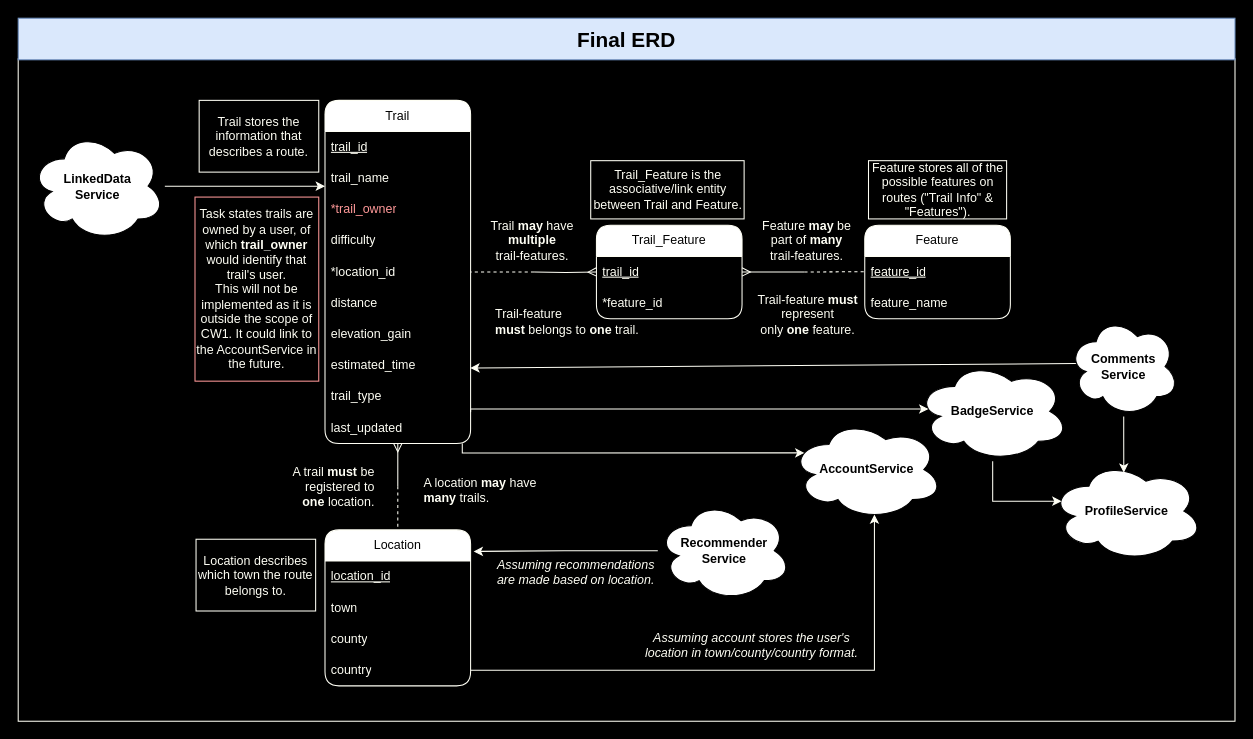
jensenhill/CW1-COMP2001-JensenHill keeps this draw.io diagram as Planning/Final ERD.drawio. Above is the earlier version. Source tidied: cells renumbered, new cells numbered last; positions are measured from the earlier drawing's top-left corner, leaving out a move shared by most shapes. Both pictures are drawn from the tidied source at 104%, with x=0, y=0 at pixel (18, 18).
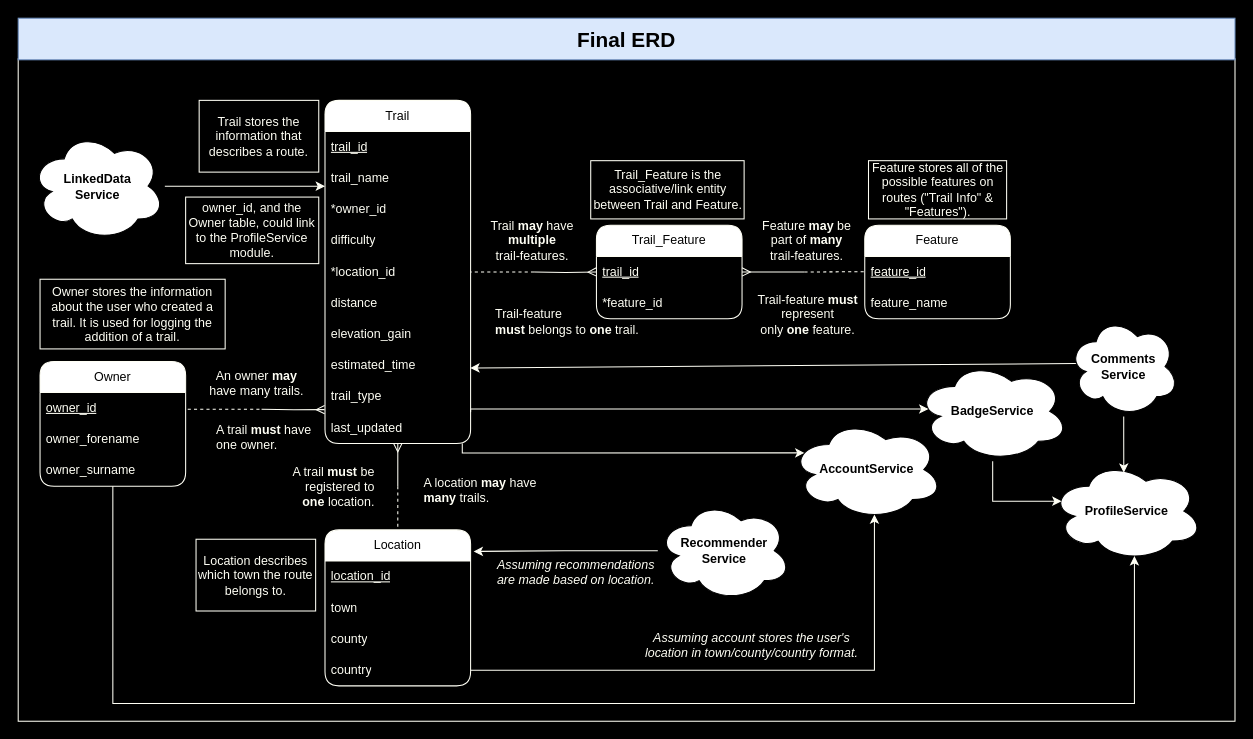
The same page after the edit.

Unchanged cells that the change refers to:
```xml
<mxCell id="4" value="&lt;div&gt;Trail&lt;/div&gt;" style="swimlane;fontStyle=0;horizontal=1;startSize=30;whiteSpace=wrap;html=1;strokeColor=#FFFFF5;rounded=1;" parent="1" vertex="1">
  <mxGeometry x="295" y="79" width="140" height="330" as="geometry" />
</mxCell>
<mxCell id="13" value="trail_type" style="text;strokeColor=none;fillColor=none;align=left;verticalAlign=middle;spacingLeft=4;spacingRight=4;overflow=hidden;points=[[0,0.5],[1,0.5]];portConstraint=eastwest;whiteSpace=wrap;html=1;fontColor=#FFFFF5;" parent="4" vertex="1">
  <mxGeometry y="270" width="140" height="30" as="geometry" />
</mxCell>
<mxCell id="37" value="&lt;b&gt;ProfileService&lt;br&gt;&lt;/b&gt;" style="ellipse;shape=cloud;whiteSpace=wrap;html=1;" parent="1" vertex="1">
  <mxGeometry x="993" y="426" width="146" height="96" as="geometry" />
</mxCell>
<mxCell id="40" value="&lt;b&gt;LinkedData&lt;br&gt;Service&lt;/b&gt;" style="ellipse;shape=cloud;whiteSpace=wrap;html=1;" parent="1" vertex="1">
  <mxGeometry x="12" y="109" width="129" height="105" as="geometry" />
</mxCell>
```

What changed in the source:
```diff
@@
-    <mxCell id="7" value="&lt;font color=&quot;#ff9999&quot;&gt;*trail_owner&lt;/font&gt;" style="text;strokeColor=none;fillColor=none;align=left;verticalAlign=middle;spacingLeft=4;spacingRight=4;overflow=hidden;whiteSpace=wrap;html=1;fontColor=#FFFFF5;" parent="4" vertex="1">
+    <mxCell id="7" value="*owner_id" style="text;strokeColor=none;fillColor=none;align=left;verticalAlign=middle;spacingLeft=4;spacingRight=4;overflow=hidden;whiteSpace=wrap;html=1;fontColor=#FFFFF5;" parent="4" vertex="1">
       <mxGeometry y="90" width="140" height="30" as="geometry" />
     </mxCell>
@@
-    <mxCell id="26" value="Task states trails are owned by a user, of which &lt;b&gt;trail_owner&lt;/b&gt; would identify that trail's user.&lt;br&gt;This will not be implemented as it is outside the scope of CW1. It could link to the AccountService in the future." style="rounded=0;whiteSpace=wrap;html=1;fillColor=#000000;strokeColor=#FF9999;labelBackgroundColor=none;fontColor=#FFFFF5;" parent="1" vertex="1">
-      <mxGeometry x="170" y="172" width="119" height="177" as="geometry" />
+    <mxCell id="26" value="owner_id, and the Owner table, could link to the ProfileService module." style="rounded=0;whiteSpace=wrap;html=1;fillColor=#000000;strokeColor=#FFFFF5;labelBackgroundColor=none;fontColor=#FFFFF5;" parent="1" vertex="1">
+      <mxGeometry x="161" y="172" width="128" height="64" as="geometry" />
     </mxCell>
@@
+    <mxCell id="59" style="edgeStyle=orthogonalEdgeStyle;rounded=0;jettySize=auto;html=1;" parent="1" edge="1" source="60" target="40">
+      <mxGeometry relative="1" as="geometry" />
+    </mxCell>
+    <mxCell id="60" value="Owner" style="swimlane;fontStyle=0;horizontal=1;startSize=30;whiteSpace=wrap;html=1;strokeColor=#FFFFF5;rounded=1;" parent="1" vertex="1">
+      <mxGeometry x="21" y="330" width="140" height="120" as="geometry" />
+    </mxCell>
+    <mxCell id="61" value="&lt;font color=&quot;#fffff5&quot;&gt;&lt;u&gt;owner_id&lt;/u&gt;&lt;/font&gt;" style="text;strokeColor=none;fillColor=none;align=left;verticalAlign=middle;spacingLeft=4;spacingRight=4;overflow=hidden;whiteSpace=wrap;html=1;" parent="60" vertex="1">
+      <mxGeometry y="30" width="140" height="30" as="geometry" />
+    </mxCell>
+    <mxCell id="62" value="&lt;div&gt;owner_forename&lt;/div&gt;" style="text;strokeColor=none;fillColor=none;align=left;verticalAlign=middle;spacingLeft=4;spacingRight=4;overflow=hidden;whiteSpace=wrap;html=1;fontColor=#FFFFF5;" parent="60" vertex="1">
+      <mxGeometry y="60" width="140" height="30" as="geometry" />
+    </mxCell>
+    <mxCell id="63" value="&lt;div&gt;owner_surname&lt;/div&gt;" style="text;strokeColor=none;fillColor=none;align=left;verticalAlign=middle;spacingLeft=4;spacingRight=4;overflow=hidden;whiteSpace=wrap;html=1;fontColor=#FFFFF5;" parent="60" vertex="1">
+      <mxGeometry y="90" width="140" height="30" as="geometry" />
+    </mxCell>
+    <mxCell id="64" style="edgeStyle=orthogonalEdgeStyle;rounded=0;jettySize=auto;html=1;entryX=-0.003;entryY=0.912;entryDx=0;entryDy=0;entryPerimeter=0;strokeColor=#FFFFF5;endArrow=ERmany;endFill=0;" parent="1" edge="1" target="13">
+      <mxGeometry relative="1" as="geometry">
+        <mxPoint x="234" y="376" as="sourcePoint" />
+      </mxGeometry>
+    </mxCell>
+    <mxCell id="65" style="endArrow=none;dashed=1;html=1;rounded=0;strokeColor=#FFFFF5;entryX=1.004;entryY=0.085;entryDx=0;entryDy=0;entryPerimeter=0;" parent="1" edge="1">
+      <mxGeometry relative="1" as="geometry">
+        <mxPoint x="232" y="376" as="sourcePoint" />
+        <mxPoint x="161" y="376.1" as="targetPoint" />
+      </mxGeometry>
+    </mxCell>
+    <mxCell id="66" value="Owner stores the information about the user who created a trail. It is used for logging the addition of a trail." style="rounded=0;whiteSpace=wrap;html=1;fillColor=#000000;strokeColor=#FFFFF5;labelBackgroundColor=none;fontColor=#FFFFF5;" parent="1" vertex="1">
+      <mxGeometry x="21" y="251" width="178" height="67" as="geometry" />
+    </mxCell>
+    <mxCell id="67" style="edgeStyle=orthogonalEdgeStyle;rounded=0;jettySize=auto;html=1;entryX=0.55;entryY=0.95;entryDx=0;entryDy=0;entryPerimeter=0;strokeColor=#FFFFF5;" parent="1" edge="1" source="60" target="37">
+      <mxGeometry relative="1" as="geometry">
+        <Array as="points">
+          <mxPoint x="91" y="659" />
+          <mxPoint x="1073" y="659" />
+        </Array>
+      </mxGeometry>
+    </mxCell>
+    <mxCell id="68" value="&lt;font color=&quot;#fffff5&quot;&gt;An owner &lt;b&gt;may&lt;br&gt;&lt;/b&gt;&lt;/font&gt;&lt;div align=&quot;right&quot;&gt;&lt;font color=&quot;#fffff5&quot;&gt;have many trails.&lt;/font&gt;&lt;br&gt;&lt;/div&gt;" style="text;html=1;align=center;verticalAlign=middle;strokeColor=none;fillColor=none;" parent="1" vertex="1">
+      <mxGeometry x="173.5" y="330" width="110" height="41" as="geometry" />
+    </mxCell>
+    <mxCell id="69" value="&lt;font color=&quot;#fffff5&quot;&gt;A trail &lt;b&gt;must &lt;/b&gt;have&lt;br&gt;&lt;/font&gt;&lt;div align=&quot;left&quot;&gt;&lt;font color=&quot;#fffff5&quot;&gt;one owner.&lt;/font&gt;&lt;br&gt;&lt;/div&gt;" style="text;html=1;align=center;verticalAlign=middle;strokeColor=none;fillColor=none;" parent="1" vertex="1">
+      <mxGeometry x="178" y="382" width="115" height="41" as="geometry" />
+    </mxCell>
```
